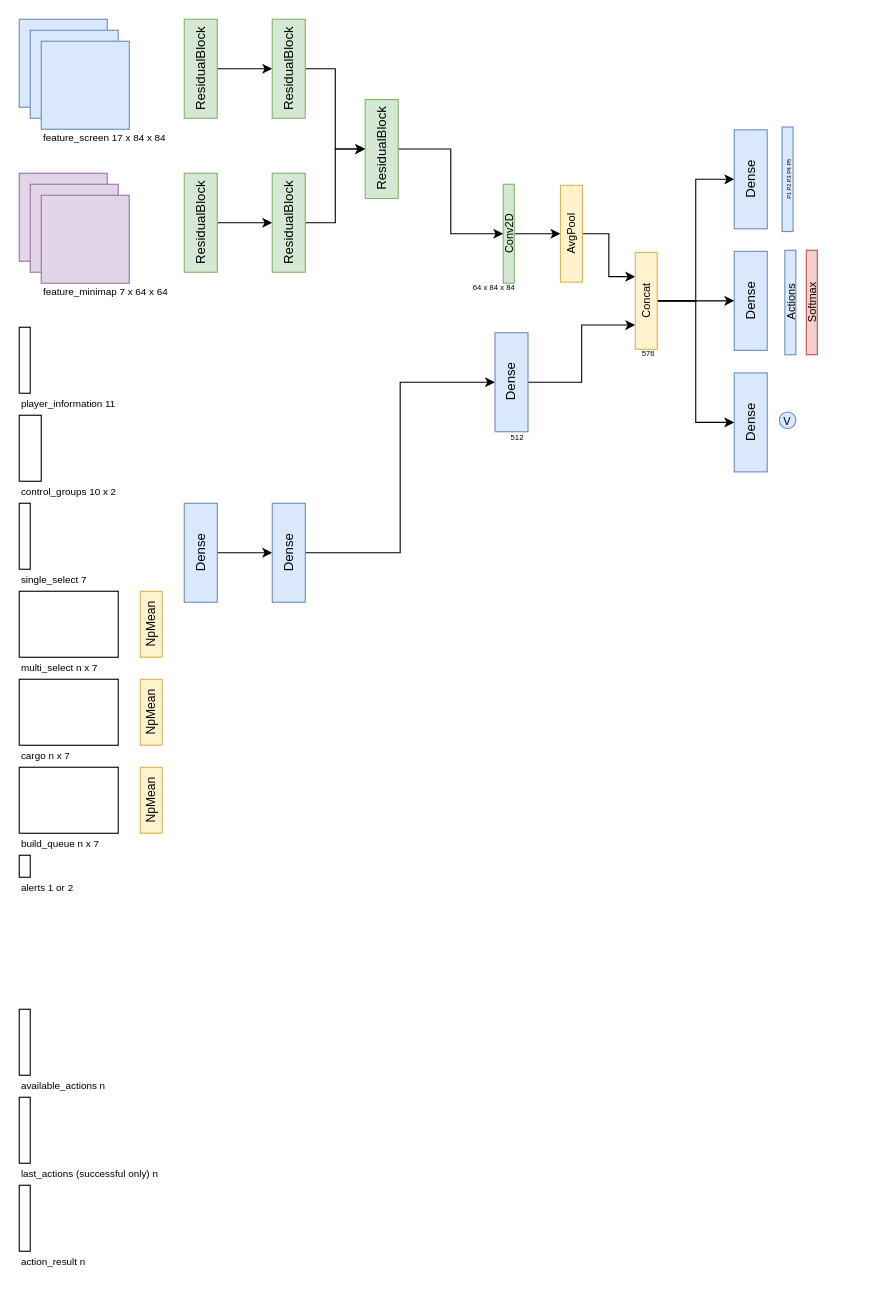
The draw.io diagram Architecture.drawio in Tzeny/deepstellar, before the edit. Source tidied: cells renumbered, new cells numbered last; positions are measured from the earlier drawing's top-left corner, leaving out a move shared by most shapes. Both pictures are drawn from the tidied source at 110%, with x=0, y=0 at pixel (19, 19).
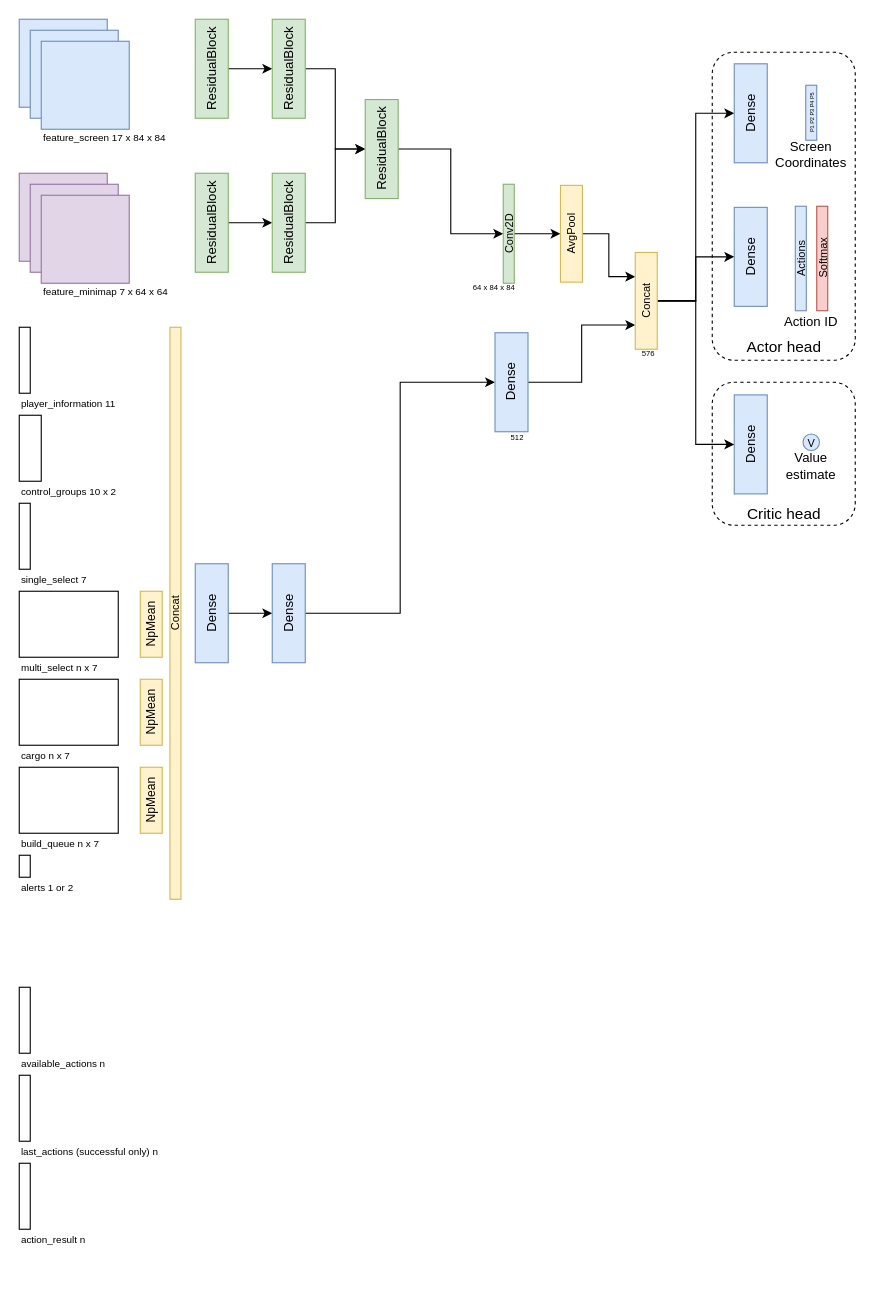
After the change.

Commit message (it also covers changes not shown here):
Updated Architecture, paused training

What changed in the source:
```diff
@@
+    <mxCell id="67" style="rounded=1;whiteSpace=wrap;html=1;fillColor=none;dashed=1;" parent="1" vertex="1">
+      <mxGeometry x="630" y="30" width="130" height="280" as="geometry" />
+    </mxCell>
@@
     <mxCell id="22" style="rounded=0;whiteSpace=wrap;html=1;fontSize=9;align=left;" parent="1" vertex="1">
-      <mxGeometry y="900" width="10" height="60" as="geometry" />
+      <mxGeometry y="880" width="10" height="60" as="geometry" />
     </mxCell>
     <mxCell id="23" value="available_actions n" style="text;html=1;strokeColor=none;fillColor=none;align=left;verticalAlign=middle;whiteSpace=wrap;rounded=0;fontSize=9;" parent="1" vertex="1">
-      <mxGeometry y="960" width="140" height="20" as="geometry" />
+      <mxGeometry y="940" width="140" height="20" as="geometry" />
     </mxCell>
     <mxCell id="24" style="rounded=0;whiteSpace=wrap;html=1;fontSize=9;align=left;" parent="1" vertex="1">
-      <mxGeometry y="980" width="10" height="60" as="geometry" />
+      <mxGeometry y="960" width="10" height="60" as="geometry" />
     </mxCell>
     <mxCell id="25" value="last_actions (successful only) n&amp;nbsp;" style="text;html=1;strokeColor=none;fillColor=none;align=left;verticalAlign=middle;whiteSpace=wrap;rounded=0;fontSize=9;" parent="1" vertex="1">
-      <mxGeometry y="1040" width="140" height="20" as="geometry" />
+      <mxGeometry y="1020" width="140" height="20" as="geometry" />
     </mxCell>
     <mxCell id="26" style="rounded=0;whiteSpace=wrap;html=1;fontSize=9;align=left;" parent="1" vertex="1">
-      <mxGeometry y="1060" width="10" height="60" as="geometry" />
+      <mxGeometry y="1040" width="10" height="60" as="geometry" />
     </mxCell>
     <mxCell id="27" value="action_result n&amp;nbsp;" style="text;html=1;strokeColor=none;fillColor=none;align=left;verticalAlign=middle;whiteSpace=wrap;rounded=0;fontSize=9;" parent="1" vertex="1">
-      <mxGeometry y="1120" width="140" height="20" as="geometry" />
+      <mxGeometry y="1100" width="140" height="20" as="geometry" />
     </mxCell>
@@
     <mxCell id="31" value="ResidualBlock&lt;br&gt;" style="rounded=0;whiteSpace=wrap;html=1;fillColor=#d5e8d4;strokeColor=#82b366;horizontal=0;" parent="1" vertex="1">
-      <mxGeometry x="150" width="30" height="90" as="geometry" />
+      <mxGeometry x="160" width="30" height="90" as="geometry" />
     </mxCell>
@@
     <mxCell id="35" value="ResidualBlock&lt;br&gt;" style="rounded=0;whiteSpace=wrap;html=1;fillColor=#d5e8d4;strokeColor=#82b366;horizontal=0;" parent="1" vertex="1">
-      <mxGeometry x="150" y="140" width="30" height="90" as="geometry" />
+      <mxGeometry x="160" y="140" width="30" height="90" as="geometry" />
     </mxCell>
@@
     <mxCell id="42" value="Dense&lt;br&gt;" style="rounded=0;whiteSpace=wrap;html=1;fillColor=#dae8fc;strokeColor=#6c8ebf;horizontal=0;" parent="1" vertex="1">
-      <mxGeometry x="150" y="440" width="30" height="90" as="geometry" />
+      <mxGeometry x="160" y="495" width="30" height="90" as="geometry" />
     </mxCell>
@@
     <mxCell id="44" value="Dense&lt;br&gt;" style="rounded=0;whiteSpace=wrap;html=1;fillColor=#dae8fc;strokeColor=#6c8ebf;horizontal=0;" parent="1" vertex="1">
-      <mxGeometry x="230" y="440" width="30" height="90" as="geometry" />
+      <mxGeometry x="230" y="495" width="30" height="90" as="geometry" />
     </mxCell>
     <mxCell id="45" value="Actions" style="rounded=0;whiteSpace=wrap;html=1;fontSize=10;horizontal=0;fillColor=#dae8fc;strokeColor=#6c8ebf;" parent="1" vertex="1">
-      <mxGeometry x="696" y="210" width="10" height="95" as="geometry" />
+      <mxGeometry x="705.5" y="170" width="10" height="95" as="geometry" />
     </mxCell>
     <mxCell id="46" value="V" style="ellipse;whiteSpace=wrap;html=1;fontSize=10;fillColor=#dae8fc;strokeColor=#6c8ebf;" parent="1" vertex="1">
-      <mxGeometry x="691" y="357" width="15" height="15" as="geometry" />
+      <mxGeometry x="712.5" y="377" width="15" height="15" as="geometry" />
     </mxCell>
     <mxCell id="47" value="Softmax&lt;br style=&quot;font-size: 10px&quot;&gt;" style="rounded=0;whiteSpace=wrap;html=1;fillColor=#f8cecc;strokeColor=#b85450;horizontal=0;fontSize=10;" parent="1" vertex="1">
-      <mxGeometry x="715.5" y="210" width="10" height="95" as="geometry" />
+      <mxGeometry x="725" y="170" width="10" height="95" as="geometry" />
     </mxCell>
     <mxCell id="48" value="Dense&lt;br&gt;" style="rounded=0;whiteSpace=wrap;html=1;fillColor=#dae8fc;strokeColor=#6c8ebf;horizontal=0;" parent="1" vertex="1">
-      <mxGeometry x="650" y="211" width="30" height="90" as="geometry" />
+      <mxGeometry x="650" y="171" width="30" height="90" as="geometry" />
     </mxCell>
     <mxCell id="49" value="Dense&lt;br&gt;" style="rounded=0;whiteSpace=wrap;html=1;fillColor=#dae8fc;strokeColor=#6c8ebf;horizontal=0;" parent="1" vertex="1">
-      <mxGeometry x="650" y="321.5" width="30" height="90" as="geometry" />
+      <mxGeometry x="650" y="341.5" width="30" height="90" as="geometry" />
     </mxCell>
@@
     <mxCell id="63" value="Dense&lt;br&gt;" style="rounded=0;whiteSpace=wrap;html=1;fillColor=#dae8fc;strokeColor=#6c8ebf;horizontal=0;" parent="1" vertex="1">
-      <mxGeometry x="650" y="100.5" width="30" height="90" as="geometry" />
+      <mxGeometry x="650" y="40.5" width="30" height="90" as="geometry" />
     </mxCell>
     <mxCell id="64" value="P1 P2 P3 P4 P5&lt;br style=&quot;font-size: 5px&quot;&gt;" style="rounded=0;whiteSpace=wrap;html=1;fontSize=5;horizontal=0;fillColor=#dae8fc;strokeColor=#6c8ebf;" parent="1" vertex="1">
-      <mxGeometry x="693.5" y="98" width="10" height="95" as="geometry" />
+      <mxGeometry x="715" y="60" width="10" height="50" as="geometry" />
     </mxCell>
@@
+    <mxCell id="68" value="Value estimate" style="text;html=1;strokeColor=none;fillColor=none;align=center;verticalAlign=middle;whiteSpace=wrap;rounded=0;" parent="1" vertex="1">
+      <mxGeometry x="693" y="396" width="54" height="20" as="geometry" />
+    </mxCell>
+    <mxCell id="69" value="Action ID" style="text;html=1;strokeColor=none;fillColor=none;align=center;verticalAlign=middle;whiteSpace=wrap;rounded=0;" parent="1" vertex="1">
+      <mxGeometry x="693" y="265" width="54" height="20" as="geometry" />
+    </mxCell>
+    <mxCell id="70" value="Screen Coordinates" style="text;html=1;strokeColor=none;fillColor=none;align=center;verticalAlign=middle;whiteSpace=wrap;rounded=0;" parent="1" vertex="1">
+      <mxGeometry x="693" y="113" width="54" height="20" as="geometry" />
+    </mxCell>
+    <mxCell id="71" style="rounded=1;whiteSpace=wrap;html=1;fillColor=none;dashed=1;" parent="1" vertex="1">
+      <mxGeometry x="630" y="330" width="130" height="130" as="geometry" />
+    </mxCell>
+    <mxCell id="72" value="Actor head&lt;br style=&quot;font-size: 14px;&quot;&gt;" style="text;html=1;strokeColor=none;fillColor=none;align=center;verticalAlign=middle;whiteSpace=wrap;rounded=0;dashed=1;fontSize=14;" parent="1" vertex="1">
+      <mxGeometry x="652.5" y="287.5" width="85" height="20" as="geometry" />
+    </mxCell>
+    <mxCell id="73" value="Critic head&lt;br style=&quot;font-size: 14px&quot;&gt;" style="text;html=1;strokeColor=none;fillColor=none;align=center;verticalAlign=middle;whiteSpace=wrap;rounded=0;dashed=1;fontSize=14;" parent="1" vertex="1">
+      <mxGeometry x="652.5" y="440" width="85" height="20" as="geometry" />
+    </mxCell>
+    <mxCell id="74" value="Concat" style="rounded=0;whiteSpace=wrap;html=1;fillColor=#fff2cc;fontSize=10;strokeColor=#d6b656;horizontal=0;" parent="1" vertex="1">
+      <mxGeometry x="137" y="280" width="10" height="520" as="geometry" />
+    </mxCell>
```
